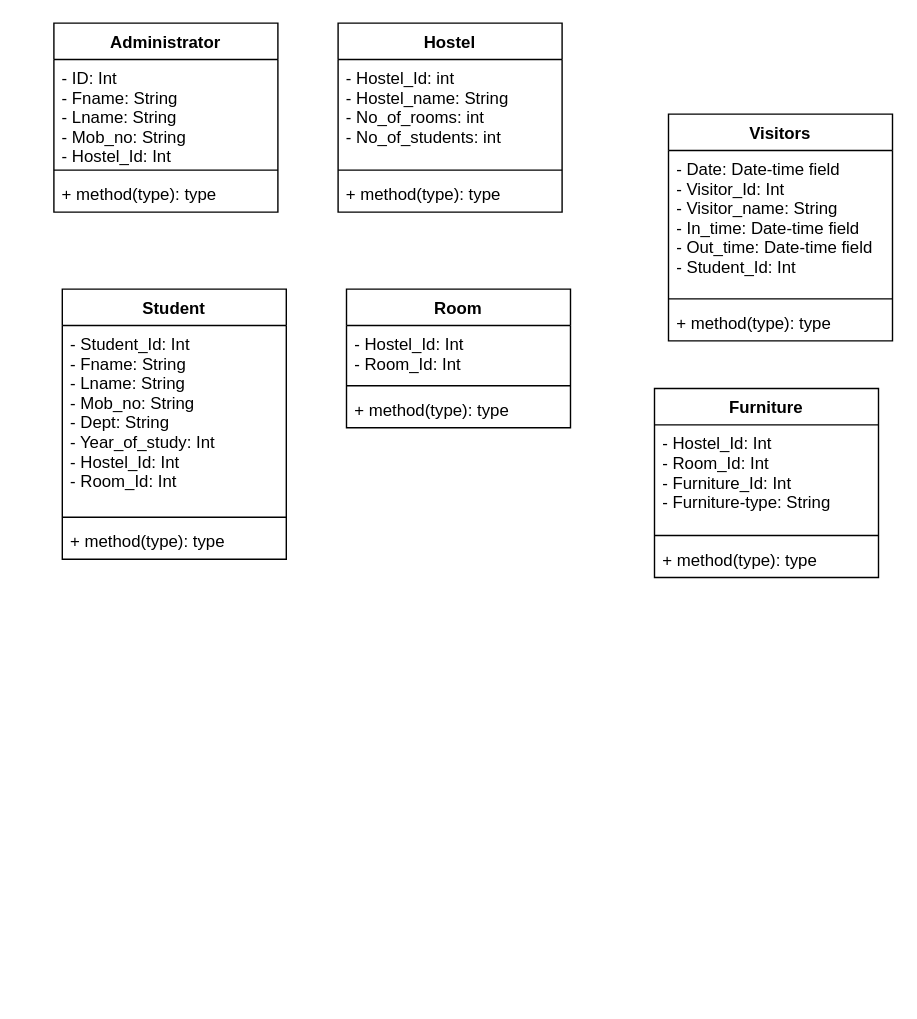
chrroger/0324 keeps this draw.io diagram as page "Page-3" (3 of 4) of midterm Diagram.drawio. Above is the earlier version. Source tidied: cells renumbered, new cells numbered last; positions are measured from the earlier drawing's top-left corner, leaving out a move shared by most shapes. Both pictures are drawn from the tidied source at 140%, with x=0, y=0 at pixel (53, 22).
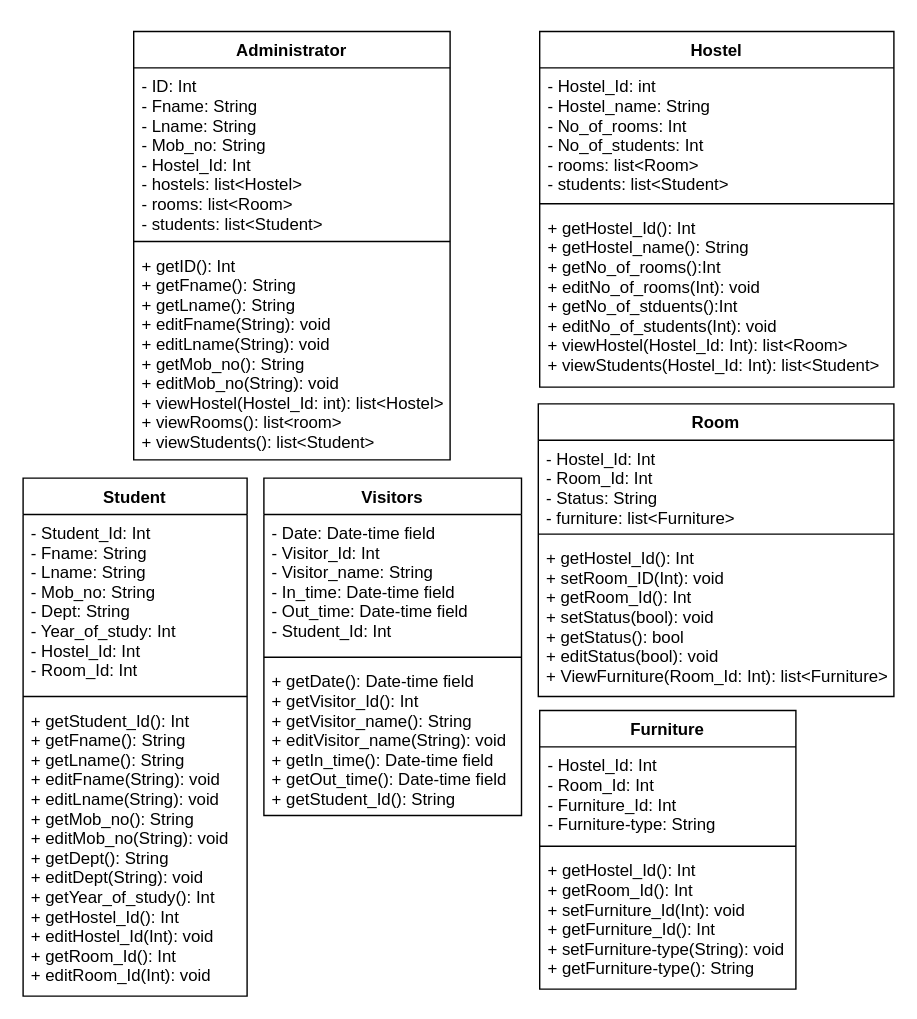
After the change.

The edit, as a diff of the source:
```diff
@@
     <mxCell id="2" value="Administrator" style="swimlane;fontStyle=1;align=center;verticalAlign=top;horizontal=1;startSize=26;" parent="1" vertex="1">
-      <mxGeometry width="160" height="135" as="geometry" />
+      <mxGeometry x="57" y="6" width="226" height="306" as="geometry" />
     </mxCell>
-    <mxCell id="3" value="- ID: Int&#10;- Fname: String&#10;- Lname: String&#10;- Mob_no: String&#10;- Hostel_Id: Int" style="text;strokeColor=none;fillColor=none;align=left;verticalAlign=top;spacingLeft=4;spacingRight=4;overflow=hidden;" parent="2" vertex="1">
-      <mxGeometry y="26" width="160" height="75" as="geometry" />
+    <mxCell id="3" value="- ID: Int&#10;- Fname: String&#10;- Lname: String&#10;- Mob_no: String&#10;- Hostel_Id: Int&#10;- hostels: list&lt;Hostel&gt;&#10;- rooms: list&lt;Room&gt;&#10;- students: list&lt;Student&gt;" style="text;strokeColor=none;fillColor=none;align=left;verticalAlign=top;spacingLeft=4;spacingRight=4;overflow=hidden;" parent="2" vertex="1">
+      <mxGeometry y="26" width="226" height="120" as="geometry" />
     </mxCell>
     <mxCell id="4" style="line;strokeWidth=1;fillColor=none;align=left;verticalAlign=middle;spacingTop=-1;spacingLeft=3;spacingRight=3;labelPosition=right;" parent="2" vertex="1">
-      <mxGeometry y="101" width="160" height="8" as="geometry" />
+      <mxGeometry y="146" width="226" height="8" as="geometry" />
     </mxCell>
-    <mxCell id="5" value="+ method(type): type" style="text;strokeColor=none;fillColor=none;align=left;verticalAlign=top;spacingLeft=4;spacingRight=4;overflow=hidden;" parent="2" vertex="1">
-      <mxGeometry y="109" width="160" height="26" as="geometry" />
+    <mxCell id="5" value="+ getID(): Int&#10;+ getFname(): String&#10;+ getLname(): String&#10;+ editFname(String): void&#10;+ editLname(String): void&#10;+ getMob_no(): String&#10;+ editMob_no(String): void&#10;+ viewHostel(Hostel_Id: int): list&lt;Hostel&gt;&#10;+ viewRooms(): list&lt;room&gt;&#10;+ viewStudents(): list&lt;Student&gt;" style="text;strokeColor=none;fillColor=none;align=left;verticalAlign=top;spacingLeft=4;spacingRight=4;overflow=hidden;" parent="2" vertex="1">
+      <mxGeometry y="154" width="226" height="152" as="geometry" />
     </mxCell>
     <mxCell id="6" value="Hostel" style="swimlane;fontStyle=1;align=center;verticalAlign=top;horizontal=1;startSize=26;" parent="1" vertex="1">
-      <mxGeometry x="203" width="160" height="135" as="geometry" />
+      <mxGeometry x="347" y="6" width="253" height="254" as="geometry" />
     </mxCell>
-    <mxCell id="7" value="- Hostel_Id: int&#10;- Hostel_name: String&#10;- No_of_rooms: int&#10;- No_of_students: int" style="text;strokeColor=none;fillColor=none;align=left;verticalAlign=top;spacingLeft=4;spacingRight=4;overflow=hidden;" parent="6" vertex="1">
-      <mxGeometry y="26" width="160" height="75" as="geometry" />
+    <mxCell id="7" value="- Hostel_Id: int&#10;- Hostel_name: String&#10;- No_of_rooms: Int&#10;- No_of_students: Int&#10;- rooms: list&lt;Room&gt;&#10;- students: list&lt;Student&gt;" style="text;strokeColor=none;fillColor=none;align=left;verticalAlign=top;spacingLeft=4;spacingRight=4;overflow=hidden;" parent="6" vertex="1">
+      <mxGeometry y="26" width="253" height="93" as="geometry" />
     </mxCell>
     <mxCell id="8" style="line;strokeWidth=1;fillColor=none;align=left;verticalAlign=middle;spacingTop=-1;spacingLeft=3;spacingRight=3;labelPosition=right;" parent="6" vertex="1">
-      <mxGeometry y="101" width="160" height="8" as="geometry" />
+      <mxGeometry y="119" width="253" height="8" as="geometry" />
     </mxCell>
-    <mxCell id="9" value="+ method(type): type" style="text;strokeColor=none;fillColor=none;align=left;verticalAlign=top;spacingLeft=4;spacingRight=4;overflow=hidden;" parent="6" vertex="1">
-      <mxGeometry y="109" width="160" height="26" as="geometry" />
+    <mxCell id="9" value="+ getHostel_Id(): Int&#10;+ getHostel_name(): String&#10;+ getNo_of_rooms():Int&#10;+ editNo_of_rooms(Int): void&#10;+ getNo_of_stduents():Int&#10;+ editNo_of_students(Int): void&#10;+ viewHostel(Hostel_Id: Int): list&lt;Room&gt;&#10;+ viewStudents(Hostel_Id: Int): list&lt;Student&gt;" style="text;strokeColor=none;fillColor=none;align=left;verticalAlign=top;spacingLeft=4;spacingRight=4;overflow=hidden;" parent="6" vertex="1">
+      <mxGeometry y="127" width="253" height="127" as="geometry" />
     </mxCell>
     <mxCell id="10" value="Student" style="swimlane;fontStyle=1;align=center;verticalAlign=top;horizontal=1;startSize=26;" parent="1" vertex="1">
-      <mxGeometry x="6" y="190" width="160" height="193" as="geometry" />
+      <mxGeometry x="-22" y="325" width="160" height="370" as="geometry" />
     </mxCell>
     <mxCell id="11" value="- Student_Id: Int&#10;- Fname: String&#10;- Lname: String&#10;- Mob_no: String&#10;- Dept: String&#10;- Year_of_study: Int&#10;- Hostel_Id: Int&#10;- Room_Id: Int" style="text;strokeColor=none;fillColor=none;align=left;verticalAlign=top;spacingLeft=4;spacingRight=4;overflow=hidden;" parent="10" vertex="1">
-      <mxGeometry y="26" width="160" height="133" as="geometry" />
+      <mxGeometry y="26" width="160" height="126" as="geometry" />
     </mxCell>
     <mxCell id="12" style="line;strokeWidth=1;fillColor=none;align=left;verticalAlign=middle;spacingTop=-1;spacingLeft=3;spacingRight=3;labelPosition=right;" parent="10" vertex="1">
-      <mxGeometry y="159" width="160" height="8" as="geometry" />
+      <mxGeometry y="152" width="160" height="8" as="geometry" />
     </mxCell>
-    <mxCell id="13" value="+ method(type): type" style="text;strokeColor=none;fillColor=none;align=left;verticalAlign=top;spacingLeft=4;spacingRight=4;overflow=hidden;" parent="10" vertex="1">
-      <mxGeometry y="167" width="160" height="26" as="geometry" />
+    <mxCell id="13" value="+ getStudent_Id(): Int&#10;+ getFname(): String&#10;+ getLname(): String&#10;+ editFname(String): void&#10;+ editLname(String): void&#10;+ getMob_no(): String&#10;+ editMob_no(String): void&#10;+ getDept(): String&#10;+ editDept(String): void&#10;+ getYear_of_study(): Int&#10;+ getHostel_Id(): Int&#10;+ editHostel_Id(Int): void&#10;+ getRoom_Id(): Int&#10;+ editRoom_Id(Int): void" style="text;strokeColor=none;fillColor=none;align=left;verticalAlign=top;spacingLeft=4;spacingRight=4;overflow=hidden;" parent="10" vertex="1">
+      <mxGeometry y="160" width="160" height="210" as="geometry" />
     </mxCell>
     <mxCell id="14" value="Room" style="swimlane;fontStyle=1;align=center;verticalAlign=top;horizontal=1;startSize=26;" parent="1" vertex="1">
-      <mxGeometry x="209" y="190" width="160" height="99" as="geometry" />
+      <mxGeometry x="346" y="272" width="254" height="209" as="geometry" />
     </mxCell>
-    <mxCell id="15" value="- Hostel_Id: Int&#10;- Room_Id: Int" style="text;strokeColor=none;fillColor=none;align=left;verticalAlign=top;spacingLeft=4;spacingRight=4;overflow=hidden;" parent="14" vertex="1">
-      <mxGeometry y="26" width="160" height="39" as="geometry" />
+    <mxCell id="15" value="- Hostel_Id: Int&#10;- Room_Id: Int&#10;- Status: String&#10;- furniture: list&lt;Furniture&gt;" style="text;strokeColor=none;fillColor=none;align=left;verticalAlign=top;spacingLeft=4;spacingRight=4;overflow=hidden;" parent="14" vertex="1">
+      <mxGeometry y="26" width="254" height="63" as="geometry" />
     </mxCell>
     <mxCell id="16" style="line;strokeWidth=1;fillColor=none;align=left;verticalAlign=middle;spacingTop=-1;spacingLeft=3;spacingRight=3;labelPosition=right;" parent="14" vertex="1">
-      <mxGeometry y="65" width="160" height="8" as="geometry" />
+      <mxGeometry y="89" width="254" height="8" as="geometry" />
     </mxCell>
-    <mxCell id="17" value="+ method(type): type" style="text;strokeColor=none;fillColor=none;align=left;verticalAlign=top;spacingLeft=4;spacingRight=4;overflow=hidden;" parent="14" vertex="1">
-      <mxGeometry y="73" width="160" height="26" as="geometry" />
+    <mxCell id="17" value="+ getHostel_Id(): Int&#10;+ setRoom_ID(Int): void&#10;+ getRoom_Id(): Int&#10;+ setStatus(bool): void&#10;+ getStatus(): bool&#10;+ editStatus(bool): void&#10;+ ViewFurniture(Room_Id: Int): list&lt;Furniture&gt;" style="text;strokeColor=none;fillColor=none;align=left;verticalAlign=top;spacingLeft=4;spacingRight=4;overflow=hidden;" parent="14" vertex="1">
+      <mxGeometry y="97" width="254" height="112" as="geometry" />
     </mxCell>
     <mxCell id="18" value="Visitors" style="swimlane;fontStyle=1;align=center;verticalAlign=top;horizontal=1;startSize=26;" parent="1" vertex="1">
-      <mxGeometry x="439" y="65" width="160" height="162" as="geometry" />
+      <mxGeometry x="150" y="325" width="184" height="241" as="geometry" />
     </mxCell>
     <mxCell id="19" value="- Date: Date-time field&#10;- Visitor_Id: Int&#10;- Visitor_name: String&#10;- In_time: Date-time field&#10;- Out_time: Date-time field&#10;- Student_Id: Int" style="text;strokeColor=none;fillColor=none;align=left;verticalAlign=top;spacingLeft=4;spacingRight=4;overflow=hidden;" parent="18" vertex="1">
-      <mxGeometry y="26" width="160" height="102" as="geometry" />
+      <mxGeometry y="26" width="184" height="98" as="geometry" />
     </mxCell>
     <mxCell id="20" style="line;strokeWidth=1;fillColor=none;align=left;verticalAlign=middle;spacingTop=-1;spacingLeft=3;spacingRight=3;labelPosition=right;" parent="18" vertex="1">
-      <mxGeometry y="128" width="160" height="8" as="geometry" />
+      <mxGeometry y="124" width="184" height="8" as="geometry" />
     </mxCell>
-    <mxCell id="21" value="+ method(type): type" style="text;strokeColor=none;fillColor=none;align=left;verticalAlign=top;spacingLeft=4;spacingRight=4;overflow=hidden;" parent="18" vertex="1">
-      <mxGeometry y="136" width="160" height="26" as="geometry" />
+    <mxCell id="21" value="+ getDate(): Date-time field&#10;+ getVisitor_Id(): Int&#10;+ getVisitor_name(): String&#10;+ editVisitor_name(String): void&#10;+ getIn_time(): Date-time field&#10;+ getOut_time(): Date-time field&#10;+ getStudent_Id(): String" style="text;strokeColor=none;fillColor=none;align=left;verticalAlign=top;spacingLeft=4;spacingRight=4;overflow=hidden;" parent="18" vertex="1">
+      <mxGeometry y="132" width="184" height="109" as="geometry" />
     </mxCell>
     <mxCell id="22" value="Furniture" style="swimlane;fontStyle=1;align=center;verticalAlign=top;horizontal=1;startSize=26;" parent="1" vertex="1">
-      <mxGeometry x="429" y="261" width="160" height="135" as="geometry" />
+      <mxGeometry x="347" y="491" width="183" height="199" as="geometry" />
     </mxCell>
     <mxCell id="23" value="- Hostel_Id: Int&#10;- Room_Id: Int&#10;- Furniture_Id: Int&#10;- Furniture-type: String" style="text;strokeColor=none;fillColor=none;align=left;verticalAlign=top;spacingLeft=4;spacingRight=4;overflow=hidden;" parent="22" vertex="1">
-      <mxGeometry y="26" width="160" height="75" as="geometry" />
+      <mxGeometry y="26" width="183" height="67" as="geometry" />
     </mxCell>
     <mxCell id="24" style="line;strokeWidth=1;fillColor=none;align=left;verticalAlign=middle;spacingTop=-1;spacingLeft=3;spacingRight=3;labelPosition=right;" parent="22" vertex="1">
-      <mxGeometry y="101" width="160" height="8" as="geometry" />
+      <mxGeometry y="93" width="183" height="8" as="geometry" />
     </mxCell>
-    <mxCell id="25" value="+ method(type): type" style="text;strokeColor=none;fillColor=none;align=left;verticalAlign=top;spacingLeft=4;spacingRight=4;overflow=hidden;" parent="22" vertex="1">
-      <mxGeometry y="109" width="160" height="26" as="geometry" />
+    <mxCell id="25" value="+ getHostel_Id(): Int&#10;+ getRoom_Id(): Int&#10;+ setFurniture_Id(Int): void&#10;+ getFurniture_Id(): Int&#10;+ setFurniture-type(String): void&#10;+ getFurniture-type(): String" style="text;strokeColor=none;fillColor=none;align=left;verticalAlign=top;spacingLeft=4;spacingRight=4;overflow=hidden;" parent="22" vertex="1">
+      <mxGeometry y="101" width="183" height="98" as="geometry" />
     </mxCell>
```
